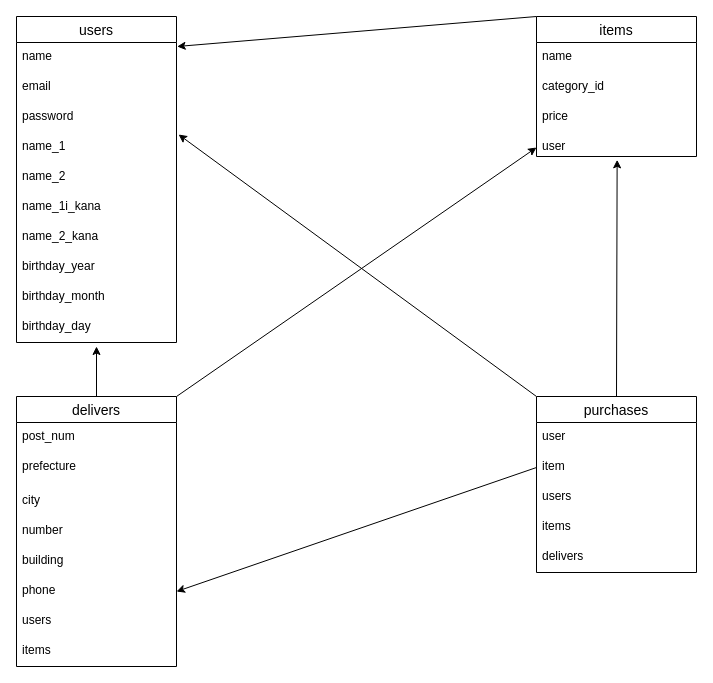
The draw.io diagram furima.dio in umigitumi/furima-39755, before the edit. Source tidied: cells renumbered, new cells numbered last; positions are measured from the earlier drawing's top-left corner, leaving out a move shared by most shapes. Both pictures are drawn from the tidied source at 100%, with x=0, y=0 at pixel (16, 16).
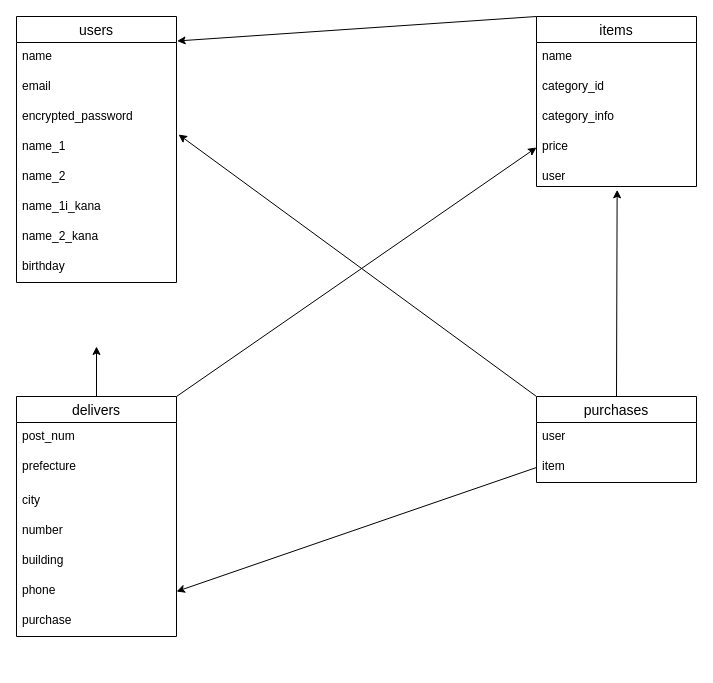
The same diagram, later.

What changed in the source:
```diff
@@
     <mxCell id="2" value="users" style="swimlane;fontStyle=0;horizontal=1;startSize=26;align=center;fontSize=14;" parent="1" vertex="1">
-      <mxGeometry width="160" height="326" as="geometry" />
+      <mxGeometry width="160" height="266" as="geometry" />
     </mxCell>
@@
-    <mxCell id="5" value="password" style="text;strokeColor=none;fillColor=none;spacingLeft=4;spacingRight=4;overflow=hidden;points=[[0,0.5],[1,0.5]];portConstraint=eastwest;fontSize=12;" parent="2" vertex="1">
+    <mxCell id="5" value="encrypted_password" style="text;strokeColor=none;fillColor=none;spacingLeft=4;spacingRight=4;overflow=hidden;points=[[0,0.5],[1,0.5]];portConstraint=eastwest;fontSize=12;" parent="2" vertex="1">
       <mxGeometry y="86" width="160" height="30" as="geometry" />
     </mxCell>
@@
-    <mxCell id="10" value="birthday_year" style="text;strokeColor=none;fillColor=none;spacingLeft=4;spacingRight=4;overflow=hidden;fontSize=12;" parent="2" vertex="1">
+    <mxCell id="10" value="birthday" style="text;strokeColor=none;fillColor=none;spacingLeft=4;spacingRight=4;overflow=hidden;fontSize=12;" parent="2" vertex="1">
       <mxGeometry y="236" width="160" height="30" as="geometry" />
     </mxCell>
-    <mxCell id="11" value="birthday_month" style="text;strokeColor=none;fillColor=none;spacingLeft=4;spacingRight=4;overflow=hidden;fontSize=12;" parent="2" vertex="1">
-      <mxGeometry y="266" width="160" height="30" as="geometry" />
-    </mxCell>
-    <mxCell id="12" value="birthday_day" style="text;strokeColor=none;fillColor=none;spacingLeft=4;spacingRight=4;overflow=hidden;points=[[0,0.5],[1,0.5]];portConstraint=eastwest;fontSize=12;" parent="2" vertex="1">
-      <mxGeometry y="296" width="160" height="30" as="geometry" />
-    </mxCell>
@@
     <mxCell id="14" value="items" style="swimlane;fontStyle=0;horizontal=1;startSize=26;align=center;fontSize=14;" parent="1" vertex="1">
-      <mxGeometry x="520" width="160" height="140" as="geometry" />
+      <mxGeometry x="520" width="160" height="170" as="geometry" />
     </mxCell>
@@
+    <mxCell id="39" value="category_info" style="text;strokeColor=none;fillColor=none;spacingLeft=4;spacingRight=4;overflow=hidden;fontSize=12;" parent="14" vertex="1">
+      <mxGeometry y="86" width="160" height="30" as="geometry" />
+    </mxCell>
     <mxCell id="17" value="price" style="text;strokeColor=none;fillColor=none;spacingLeft=4;spacingRight=4;overflow=hidden;fontSize=12;" parent="14" vertex="1">
-      <mxGeometry y="86" width="160" height="30" as="geometry" />
+      <mxGeometry y="116" width="160" height="30" as="geometry" />
     </mxCell>
     <mxCell id="18" value="user" style="text;strokeColor=none;fillColor=none;spacingLeft=4;spacingRight=4;overflow=hidden;points=[[0,0.5],[1,0.5]];portConstraint=eastwest;fontSize=12;" parent="14" vertex="1">
-      <mxGeometry y="116" width="160" height="24" as="geometry" />
+      <mxGeometry y="146" width="160" height="24" as="geometry" />
     </mxCell>
@@
-    <mxCell id="20" style="edgeStyle=none;html=1;exitX=0.5;exitY=0;exitDx=0;exitDy=0;entryX=0.5;entryY=1.133;entryDx=0;entryDy=0;entryPerimeter=0;" parent="1" edge="1" source="21" target="12">
-      <mxGeometry relative="1" as="geometry" />
+    <mxCell id="20" style="edgeStyle=none;html=1;exitX=0.5;exitY=0;exitDx=0;exitDy=0;entryX=0.5;entryY=1.133;entryDx=0;entryDy=0;entryPerimeter=0;" parent="1" edge="1" source="21">
+      <mxGeometry relative="1" as="geometry">
+        <mxPoint x="80" y="330" as="targetPoint" />
+      </mxGeometry>
     </mxCell>
     <mxCell id="21" value="delivers" style="swimlane;fontStyle=0;horizontal=1;startSize=26;align=center;fontSize=14;" parent="1" vertex="1">
-      <mxGeometry y="380" width="160" height="270" as="geometry" />
+      <mxGeometry y="380" width="160" height="240" as="geometry" />
     </mxCell>
@@
-    <mxCell id="28" value="users" style="text;strokeColor=none;fillColor=none;spacingLeft=4;spacingRight=4;overflow=hidden;fontSize=12;" parent="21" vertex="1">
+    <mxCell id="28" value="purchase" style="text;strokeColor=none;fillColor=none;spacingLeft=4;spacingRight=4;overflow=hidden;fontSize=12;" parent="21" vertex="1">
       <mxGeometry y="210" width="160" height="30" as="geometry" />
     </mxCell>
-    <mxCell id="29" value="items" style="text;strokeColor=none;fillColor=none;spacingLeft=4;spacingRight=4;overflow=hidden;fontSize=12;" parent="21" vertex="1">
-      <mxGeometry y="240" width="160" height="30" as="geometry" />
-    </mxCell>
@@
     <mxCell id="32" value="purchases" style="swimlane;fontStyle=0;horizontal=1;startSize=26;align=center;fontSize=14;" parent="1" vertex="1">
-      <mxGeometry x="520" y="380" width="160" height="176" as="geometry" />
+      <mxGeometry x="520" y="380" width="160" height="86" as="geometry" />
     </mxCell>
@@
-    <mxCell id="35" value="users" style="text;strokeColor=none;fillColor=none;spacingLeft=4;spacingRight=4;overflow=hidden;fontSize=12;" parent="32" vertex="1">
-      <mxGeometry y="86" width="160" height="30" as="geometry" />
-    </mxCell>
-    <mxCell id="36" value="items" style="text;strokeColor=none;fillColor=none;spacingLeft=4;spacingRight=4;overflow=hidden;fontSize=12;" parent="32" vertex="1">
-      <mxGeometry y="116" width="160" height="30" as="geometry" />
-    </mxCell>
-    <mxCell id="37" value="delivers" style="text;strokeColor=none;fillColor=none;spacingLeft=4;spacingRight=4;overflow=hidden;fontSize=12;" parent="32" vertex="1">
-      <mxGeometry y="146" width="160" height="30" as="geometry" />
-    </mxCell>
```
